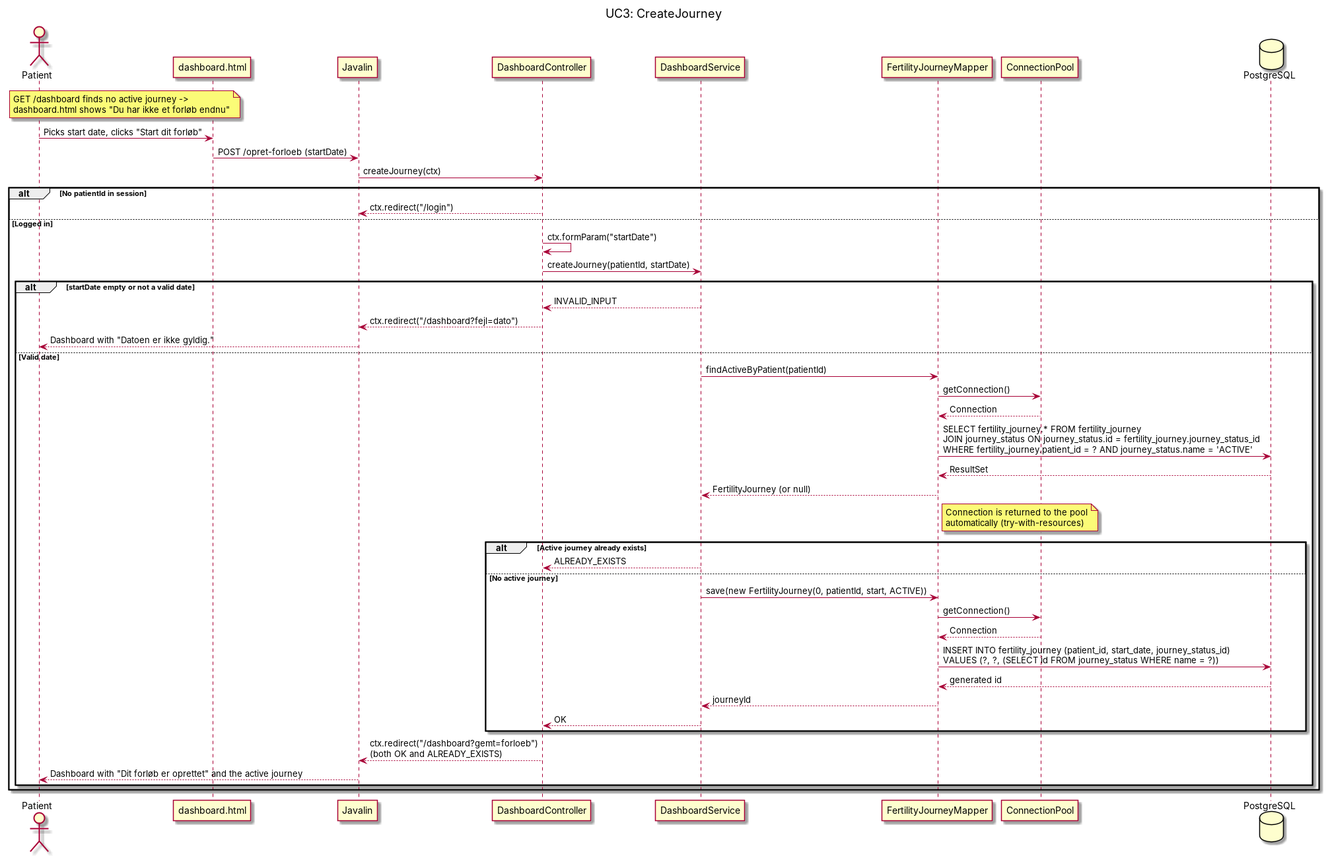
This is doc/dynamic/UC3 - CreateJourney.png from BesimaP/Simpl-PET-project, a PlantUML export, as it was before one commit. Its source is kept beside it as doc/dynamic/UC3 - CreateJourney.puml.
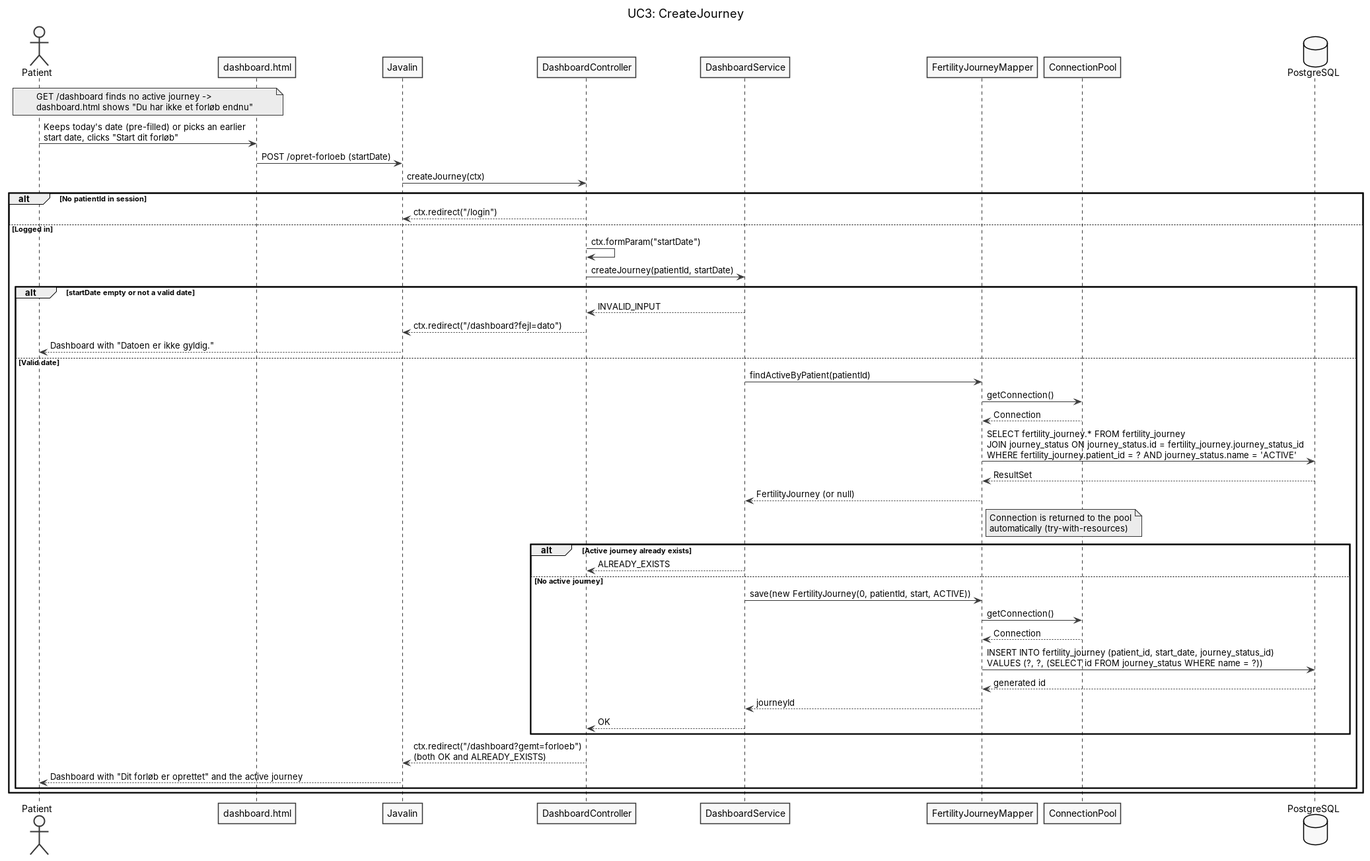
After the change.

The edit, as a diff of the source:
```diff
@@ -1,5 +1,8 @@
 @startuml
 !pragma layout smetana
+skinparam shadowing false
+skinparam monochrome true
+skinparam defaultFontName Arial
 
 title UC3: CreateJourney
 
@@ -13,7 +16,7 @@
 database "PostgreSQL" as db
 
 note over u, v : GET /dashboard finds no active journey ->\ndashboard.html shows "Du har ikke et forløb endnu"
-u -> v : Picks start date, clicks "Start dit forløb"
+u -> v : Keeps today's date (pre-filled) or picks an earlier\nstart date, clicks "Start dit forløb"
 v -> j : POST /opret-forloeb (startDate)
 j -> c : createJourney(ctx)
 alt No patientId in session
```
